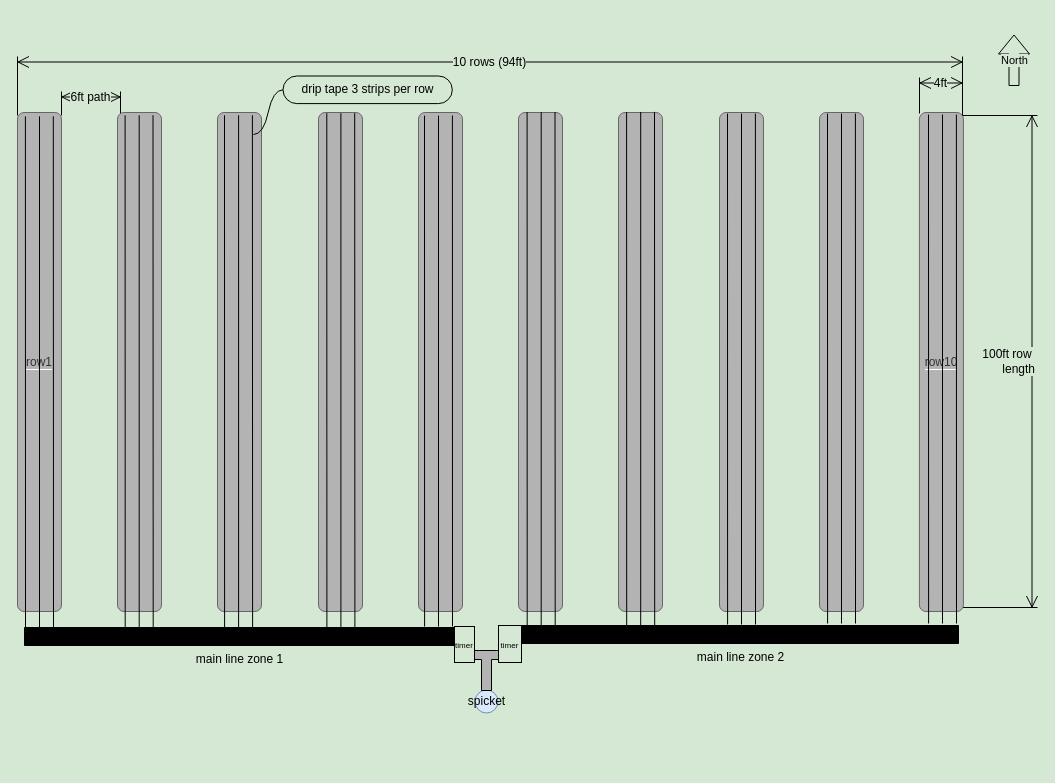
ohiobarn/flowerfarm keeps this draw.io diagram as page "field" (1 of 2) of docs/spring2020/Flower-Field-Spring-2020.drawio. Above is the earlier version. Source tidied: cells renumbered, new cells numbered last; positions are measured from the earlier drawing's top-left corner, leaving out a move shared by most shapes. Both pictures are drawn from the tidied source at 100%, with x=0, y=0 at pixel (17, 34).
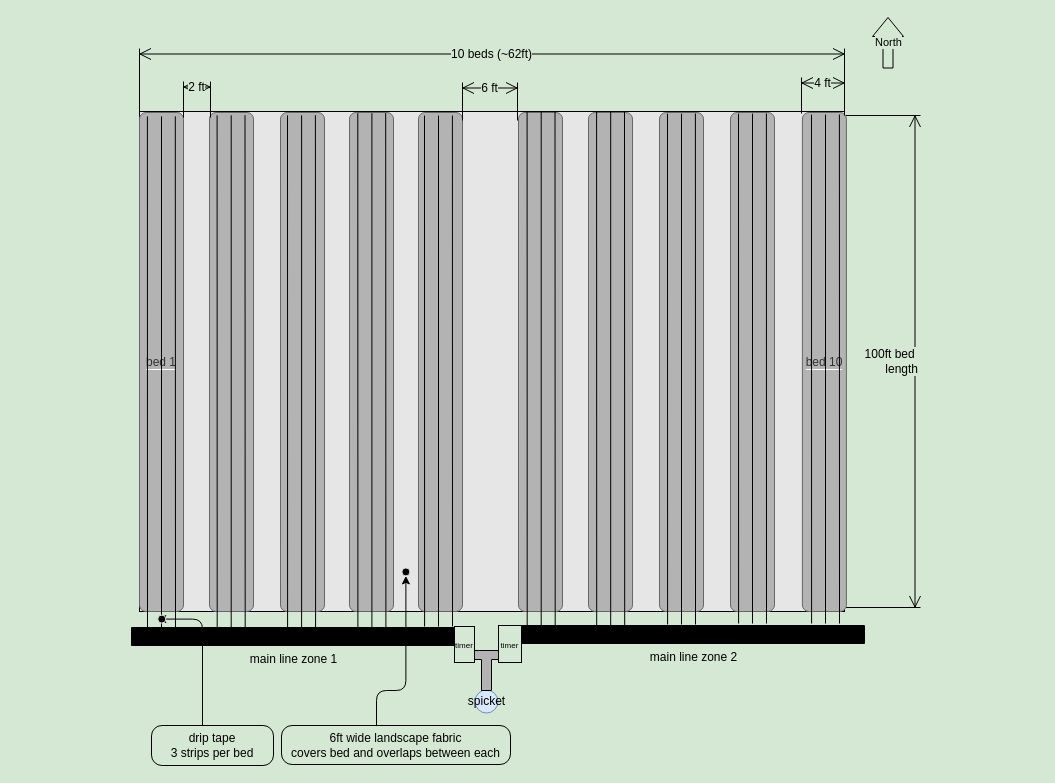
The same page after the edit.

Change to the diagram source:
```diff
@@
+    <mxCell id="75" style="rounded=0;whiteSpace=wrap;html=1;labelBackgroundColor=#D5E8D4;fillColor=#E6E6E6;fontColor=#000000;" parent="1" vertex="1">
+      <mxGeometry x="122" y="77" width="705" height="500" as="geometry" />
+    </mxCell>
@@
     <mxCell id="3" value="North" style="shape=flexArrow;endArrow=classic;html=1;fillColor=none;labelBackgroundColor=#D5E8D4;" parent="1" edge="1">
       <mxGeometry relative="1" as="geometry">
-        <mxPoint x="996.5" y="51.5" as="sourcePoint" />
-        <mxPoint x="996.5" as="targetPoint" />
+        <mxPoint x="870.5" y="34" as="sourcePoint" />
+        <mxPoint x="870.5" y="-17.5" as="targetPoint" />
       </mxGeometry>
     </mxCell>
-    <mxCell id="4" value="100ft row&amp;nbsp;&lt;br&gt;length" style="shape=dimension;direction=north;whiteSpace=wrap;html=1;align=right;verticalAlign=middle;labelBackgroundColor=#D5E8D4;fillColor=#B3B3B3;" parent="1" vertex="1">
-      <mxGeometry x="945" y="81" width="75" height="492" as="geometry" />
+    <mxCell id="4" value="100ft bed&amp;nbsp;&lt;br&gt;length" style="shape=dimension;direction=north;whiteSpace=wrap;html=1;align=right;verticalAlign=middle;labelBackgroundColor=#D5E8D4;fillColor=#B3B3B3;" parent="1" vertex="1">
+      <mxGeometry x="828" y="81" width="75" height="492" as="geometry" />
     </mxCell>
-    <mxCell id="5" value="&lt;span style=&quot;background-color: rgb(213 , 232 , 212)&quot;&gt;6ft path&lt;/span&gt;" style="shape=dimension;direction=west;whiteSpace=wrap;html=1;align=center;verticalAlign=top;spacingTop=-8;labelBackgroundColor=#ffffff;fillColor=#B3B3B3;" parent="1" vertex="1">
-      <mxGeometry x="44" y="57" width="59" height="24" as="geometry" />
-    </mxCell>
@@
-    <mxCell id="9" value="&lt;span style=&quot;background-color: rgb(179 , 179 , 179)&quot;&gt;row1&lt;/span&gt;" style="rounded=1;whiteSpace=wrap;html=1;flipH=1;fillColor=#B3B3B3;labelBackgroundColor=#ffffff;strokeColor=#666666;fontColor=#333333;" parent="1" vertex="1">
-      <mxGeometry y="78" width="44" height="499" as="geometry" />
+    <mxCell id="9" value="&lt;span style=&quot;background-color: rgb(179 , 179 , 179)&quot;&gt;bed 1&lt;/span&gt;" style="rounded=1;whiteSpace=wrap;html=1;flipH=1;fillColor=#B3B3B3;labelBackgroundColor=#ffffff;strokeColor=#666666;fontColor=#333333;" parent="1" vertex="1">
+      <mxGeometry x="122" y="78" width="44" height="499" as="geometry" />
     </mxCell>
     <mxCell id="10" style="rounded=1;whiteSpace=wrap;html=1;flipH=1;fillColor=#B3B3B3;labelBackgroundColor=#ffffff;strokeColor=#666666;fontColor=#333333;" parent="1" vertex="1">
-      <mxGeometry x="100" y="78" width="44" height="499" as="geometry" />
+      <mxGeometry x="192" y="78" width="44" height="499" as="geometry" />
     </mxCell>
     <mxCell id="11" style="rounded=1;whiteSpace=wrap;html=1;flipH=1;fillColor=#B3B3B3;labelBackgroundColor=#ffffff;strokeColor=#666666;fontColor=#333333;" parent="1" vertex="1">
-      <mxGeometry x="200" y="78" width="44" height="499" as="geometry" />
+      <mxGeometry x="263" y="78" width="44" height="499" as="geometry" />
     </mxCell>
     <mxCell id="12" style="rounded=1;whiteSpace=wrap;html=1;flipH=1;fillColor=#B3B3B3;labelBackgroundColor=#ffffff;strokeColor=#666666;fontColor=#333333;" parent="1" vertex="1">
-      <mxGeometry x="301" y="78" width="44" height="499" as="geometry" />
+      <mxGeometry x="332" y="78" width="44" height="499" as="geometry" />
     </mxCell>
@@
     <mxCell id="15" style="rounded=1;whiteSpace=wrap;html=1;flipH=1;fillColor=#B3B3B3;labelBackgroundColor=#ffffff;strokeColor=#666666;fontColor=#333333;" parent="1" vertex="1">
-      <mxGeometry x="601" y="78" width="44" height="499" as="geometry" />
+      <mxGeometry x="571" y="78" width="44" height="499" as="geometry" />
     </mxCell>
     <mxCell id="16" style="rounded=1;whiteSpace=wrap;html=1;flipH=1;fillColor=#B3B3B3;labelBackgroundColor=#ffffff;strokeColor=#666666;fontColor=#333333;" parent="1" vertex="1">
-      <mxGeometry x="702" y="78" width="44" height="499" as="geometry" />
+      <mxGeometry x="642" y="78" width="44" height="499" as="geometry" />
     </mxCell>
     <mxCell id="17" style="rounded=1;whiteSpace=wrap;html=1;flipH=1;fillColor=#B3B3B3;labelBackgroundColor=#ffffff;strokeColor=#666666;fontColor=#333333;" parent="1" vertex="1">
-      <mxGeometry x="802" y="78" width="44" height="499" as="geometry" />
+      <mxGeometry x="713" y="78" width="44" height="499" as="geometry" />
     </mxCell>
-    <mxCell id="18" value="&lt;span style=&quot;background-color: rgb(179 , 179 , 179)&quot;&gt;row10&lt;/span&gt;" style="rounded=1;whiteSpace=wrap;html=1;flipH=1;fillColor=#B3B3B3;labelBackgroundColor=#ffffff;strokeColor=#666666;fontColor=#333333;" parent="1" vertex="1">
-      <mxGeometry x="901.9" y="78" width="44" height="499" as="geometry" />
+    <mxCell id="18" value="&lt;span style=&quot;background-color: rgb(179 , 179 , 179)&quot;&gt;bed 10&lt;/span&gt;" style="rounded=1;whiteSpace=wrap;html=1;flipH=1;fillColor=#B3B3B3;labelBackgroundColor=#ffffff;strokeColor=#666666;fontColor=#333333;" parent="1" vertex="1">
+      <mxGeometry x="784.9" y="78" width="44" height="499" as="geometry" />
     </mxCell>
     <mxCell id="19" style="group;" parent="1" vertex="1">
-      <mxGeometry x="7.9" y="81.8" width="28.1" height="515.1" as="geometry" />
+      <mxGeometry x="129.9" y="81.8" width="28.1" height="515.1" as="geometry" />
     </mxCell>
@@
     <mxCell id="24" style="group;" parent="1" vertex="1">
-      <mxGeometry x="107.6" y="80.7" width="28.1" height="515.1" as="geometry" />
+      <mxGeometry x="199.6" y="80.7" width="28.1" height="515.1" as="geometry" />
     </mxCell>
@@
     <mxCell id="29" style="group;" parent="1" vertex="1">
-      <mxGeometry x="207" y="80.7" width="28.1" height="515.1" as="geometry" />
+      <mxGeometry x="270" y="80.7" width="28.1" height="515.1" as="geometry" />
     </mxCell>
@@
     <mxCell id="34" style="group;" parent="1" vertex="1">
-      <mxGeometry x="309.3" y="78.6" width="28.1" height="515.1" as="geometry" />
+      <mxGeometry x="340.3" y="78.6" width="28.1" height="515.1" as="geometry" />
     </mxCell>
@@
     <mxCell id="49" style="group;" parent="1" vertex="1">
-      <mxGeometry x="609.1" y="77.4" width="28.1" height="515.1" as="geometry" />
+      <mxGeometry x="579.1" y="77.4" width="28.1" height="515.1" as="geometry" />
     </mxCell>
@@
     <mxCell id="54" style="group;" parent="1" vertex="1">
-      <mxGeometry x="710" y="79" width="28" height="511" as="geometry" />
+      <mxGeometry x="650" y="79" width="28" height="511" as="geometry" />
     </mxCell>
@@
     <mxCell id="59" style="group;" parent="1" vertex="1">
-      <mxGeometry x="810" y="79" width="28" height="510" as="geometry" />
+      <mxGeometry x="721" y="79" width="28" height="510" as="geometry" />
     </mxCell>
@@
     <mxCell id="64" style="group;" parent="1" vertex="1">
-      <mxGeometry x="911" y="80" width="28" height="509" as="geometry" />
+      <mxGeometry x="794" y="80" width="28" height="509" as="geometry" />
     </mxCell>
@@
-    <mxCell id="69" value="&lt;span style=&quot;background-color: rgb(213 , 232 , 212)&quot;&gt;10 rows (94ft)&lt;/span&gt;" style="shape=dimension;direction=west;whiteSpace=wrap;html=1;align=center;verticalAlign=top;spacingTop=-8;labelBackgroundColor=#ffffff;fillColor=#B3B3B3;" parent="1" vertex="1">
-      <mxGeometry y="22" width="945" height="59" as="geometry" />
+    <mxCell id="69" value="&lt;span style=&quot;background-color: rgb(213 , 232 , 212)&quot;&gt;10 beds (~62ft)&lt;/span&gt;" style="shape=dimension;direction=west;whiteSpace=wrap;html=1;align=center;verticalAlign=top;spacingTop=-8;labelBackgroundColor=#ffffff;fillColor=#B3B3B3;" parent="1" vertex="1">
+      <mxGeometry x="122" y="14" width="705" height="67" as="geometry" />
     </mxCell>
     <mxCell id="70" value="&lt;font color=&quot;#000000&quot;&gt;main line zone 1&lt;/font&gt;" style="verticalLabelPosition=bottom;verticalAlign=top;html=1;shape=mxgraph.basic.rect;fillColor=#000000;fillColor2=none;strokeColor=#000000;strokeWidth=1;size=20;indent=5;labelBackgroundColor=#D5E8D4;fontColor=#FFFFFF;" parent="1" vertex="1">
-      <mxGeometry x="7" y="593" width="430" height="18" as="geometry" />
+      <mxGeometry x="114" y="593" width="323" height="18" as="geometry" />
     </mxCell>
     <mxCell id="71" value="&lt;font color=&quot;#000000&quot;&gt;main line zone 2&lt;/font&gt;" style="verticalLabelPosition=bottom;verticalAlign=top;html=1;shape=mxgraph.basic.rect;fillColor=#000000;fillColor2=none;strokeColor=#000000;strokeWidth=1;size=20;indent=5;labelBackgroundColor=#D5E8D4;fontColor=#FFFFFF;" parent="1" vertex="1">
-      <mxGeometry x="504" y="591" width="437" height="18" as="geometry" />
+      <mxGeometry x="504" y="591" width="343" height="18" as="geometry" />
     </mxCell>
+    <mxCell id="76" style="edgeStyle=orthogonalEdgeStyle;rounded=1;jettySize=auto;html=1;labelBackgroundColor=#000000;fontColor=#000000;strokeColor=#000000;fillColor=#e51400;strokeWidth=1;entryX=0;entryY=0.5;entryDx=0;entryDy=0;" parent="1" edge="1" source="72" target="82">
+      <mxGeometry relative="1" as="geometry">
+        <Array as="points">
+          <mxPoint x="185" y="585" />
+        </Array>
+      </mxGeometry>
+    </mxCell>
-    <mxCell id="72" value="&lt;span style=&quot;&quot;&gt;drip tape 3 strips per row&lt;/span&gt;" style="whiteSpace=wrap;html=1;rounded=1;arcSize=50;align=center;verticalAlign=middle;strokeWidth=1;spacing=4;labelBackgroundColor=#D5E8D4;fillColor=#D5E8D4;fontColor=#000000;" parent="1" vertex="1">
-      <mxGeometry x="265.5" y="41.5" width="169.3" height="27.6" as="geometry" />
+    <mxCell id="72" value="&lt;span&gt;drip tape &lt;br&gt;3 strips per bed&lt;/span&gt;" style="whiteSpace=wrap;html=1;rounded=1;arcSize=26;align=center;verticalAlign=middle;strokeWidth=1;spacing=4;labelBackgroundColor=#D5E8D4;fillColor=#D5E8D4;fontColor=#000000;" parent="1" vertex="1">
+      <mxGeometry x="134" y="691" width="122" height="40" as="geometry" />
     </mxCell>
-    <mxCell id="73" style="edgeStyle=entityRelationEdgeStyle;startArrow=none;endArrow=none;segment=10;curved=1;labelBackgroundColor=#000000;fontColor=#FFFFFF;" parent="1" edge="1" target="72">
-      <mxGeometry relative="1" as="geometry">
-        <mxPoint x="236" y="100" as="sourcePoint" />
-      </mxGeometry>
-    </mxCell>
-    <mxCell id="74" value="&lt;span style=&quot;background-color: rgb(213 , 232 , 212)&quot;&gt;4ft&lt;/span&gt;" style="shape=dimension;direction=west;whiteSpace=wrap;html=1;align=center;verticalAlign=top;spacingTop=-8;labelBackgroundColor=#ffffff;fillColor=#B3B3B3;" parent="1" vertex="1">
-      <mxGeometry x="902" y="43" width="43" height="36" as="geometry" />
+    <mxCell id="74" value="&lt;span style=&quot;background-color: rgb(213 , 232 , 212)&quot;&gt;4 ft&lt;/span&gt;" style="shape=dimension;direction=west;whiteSpace=wrap;html=1;align=center;verticalAlign=top;spacingTop=-8;labelBackgroundColor=#ffffff;fillColor=#B3B3B3;" parent="1" vertex="1">
+      <mxGeometry x="784" y="43" width="43" height="36" as="geometry" />
     </mxCell>
+    <mxCell id="77" value="&lt;span style=&quot;background-color: rgb(213 , 232 , 212)&quot;&gt;6 ft&lt;/span&gt;" style="shape=dimension;direction=west;whiteSpace=wrap;html=1;align=center;verticalAlign=top;spacingTop=-8;labelBackgroundColor=#ffffff;fillColor=#B3B3B3;" parent="1" vertex="1">
+      <mxGeometry x="445" y="48" width="55" height="38" as="geometry" />
+    </mxCell>
+    <mxCell id="78" style="edgeStyle=orthogonalEdgeStyle;rounded=1;jettySize=auto;html=1;labelBackgroundColor=#000000;fontColor=#000000;strokeColor=#000000;fillColor=#e51400;strokeWidth=1;entryX=0.5;entryY=1;entryDx=0;entryDy=0;" parent="1" edge="1" source="79" target="80">
+      <mxGeometry relative="1" as="geometry">
+        <Array as="points">
+          <mxPoint x="359" y="656" />
+          <mxPoint x="389" y="656" />
+        </Array>
+      </mxGeometry>
+    </mxCell>
+    <mxCell id="79" value="6ft wide landscape fabric &lt;br&gt;covers bed and overlaps between each" style="whiteSpace=wrap;html=1;rounded=1;arcSize=27;align=center;verticalAlign=middle;strokeWidth=1;spacing=4;labelBackgroundColor=#D5E8D4;fillColor=#D5E8D4;fontColor=#000000;" parent="1" vertex="1">
+      <mxGeometry x="264" y="691" width="229" height="39" as="geometry" />
+    </mxCell>
+    <mxCell id="80" style="ellipse;whiteSpace=wrap;html=1;labelBackgroundColor=#D5E8D4;fillColor=#000000;fontColor=#000000;strokeColor=#E6E6E6;" parent="1" vertex="1">
+      <mxGeometry x="384.4" y="533.4" width="8" height="8" as="geometry" />
+    </mxCell>
+    <mxCell id="81" parent="0" />
+    <mxCell id="82" style="ellipse;whiteSpace=wrap;html=1;labelBackgroundColor=#D5E8D4;fillColor=#000000;fontColor=#000000;strokeColor=#E6E6E6;" parent="81" vertex="1">
+      <mxGeometry x="140.3" y="580.6" width="8" height="8" as="geometry" />
+    </mxCell>
+    <mxCell id="83" value="&lt;span style=&quot;background-color: rgb(213 , 232 , 212)&quot;&gt;2 ft&lt;/span&gt;" style="shape=dimension;direction=west;whiteSpace=wrap;html=1;align=center;verticalAlign=top;spacingTop=-8;labelBackgroundColor=#ffffff;fillColor=#B3B3B3;" parent="81" vertex="1">
+      <mxGeometry x="166" y="47" width="27" height="36" as="geometry" />
+    </mxCell>
```
